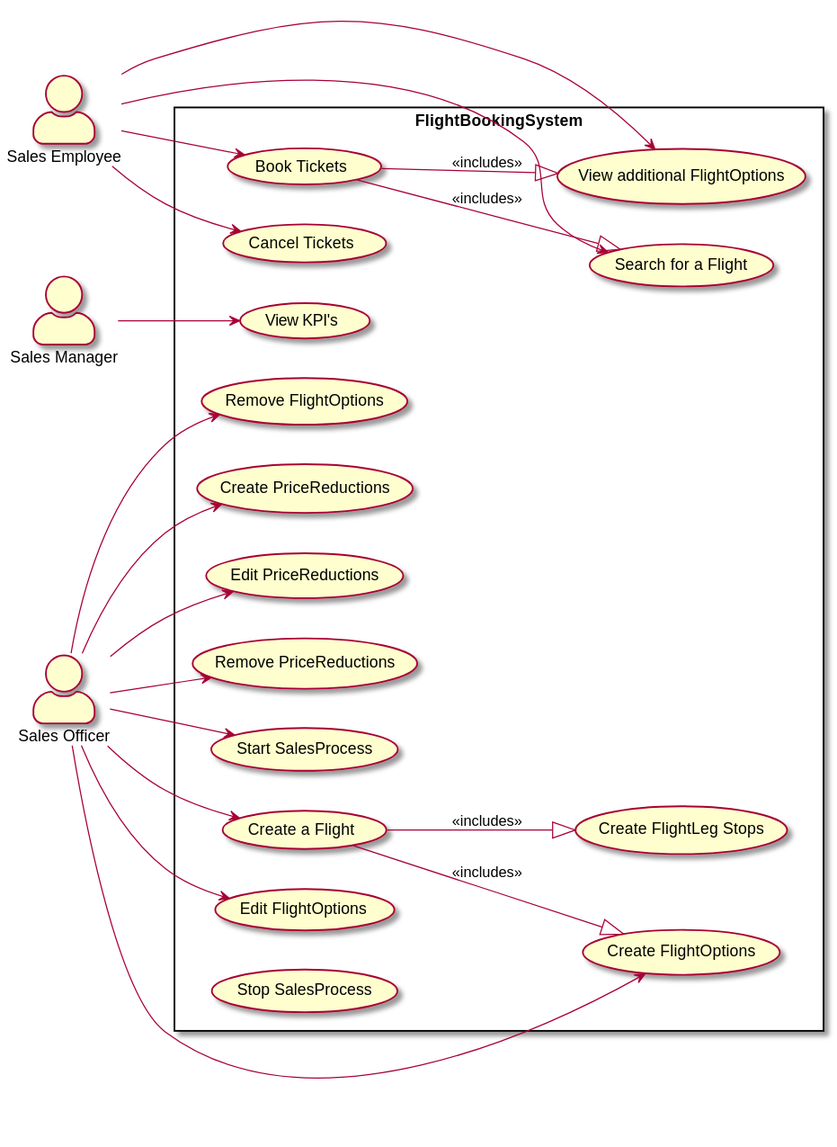
This is analysis/images/use_cases.svg from Niklas-Mezynski/fontys-prj2-2021-prj2-2021-02, a PlantUML export, as it was before one commit. Its source is kept beside it as analysis/use_cases.puml.
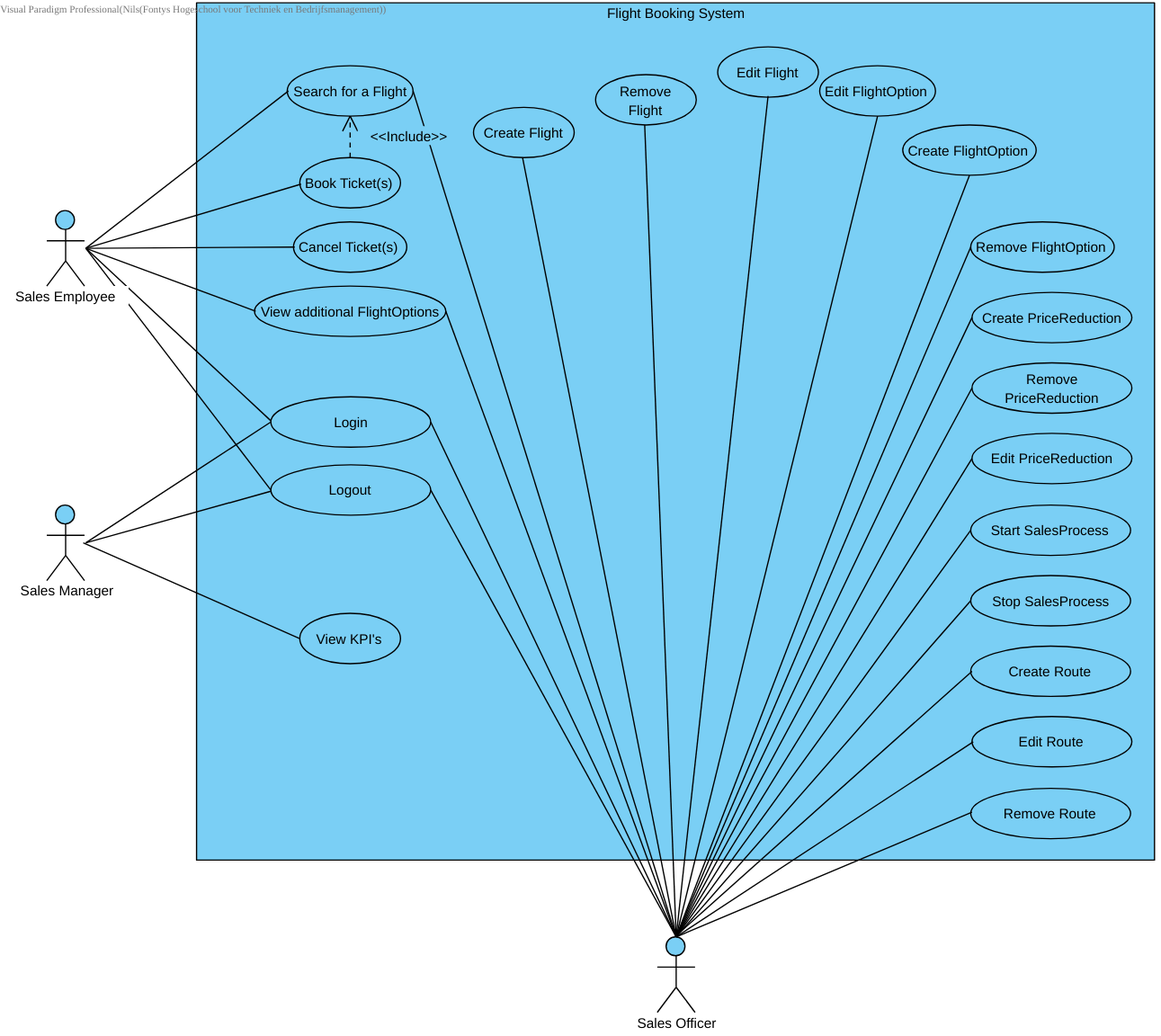
Above is the later version.

What changed in the source:
```diff
@@ -24,22 +24,18 @@
   usecase "Remove PriceReductions" as UC14
   usecase "Start SalesProcess" as UC8
   usecase "Stop SalesProcess" as UC15
-  usecase "Create FlightLeg Stops" as UC9
+  usecase "Create Route" as UC9
+  usecase "Edit Route" as UC18
+  usecase "Remove Route" as UC19
   usecase "Login" as UC16
   usecase "Logout" as UC17
 }
 
-UC2 --|> UC9: <<includes>>
-UC2 --|> UC5: <<includes>>
+UC2 --|> UC9: <<extends>>
+UC2 --|> UC5: <<extends>>
 
 UC3 --|> UC1: <<includes>>
 UC3 --|> UC4: <<includes>>
-
-UC11 --|>UC1: <<includes>>
-UC12 --|>UC1: <<includes>>
-UC13 --|>UC1: <<includes>>
-UC14 --|>UC1: <<includes>>
-UC7 --|>UC1: <<includes>>
 
 se --> UC1
 se --> UC3
@@ -59,6 +55,8 @@
 so --> UC15
 so --> UC16
 so --> UC17
+so --> UC18
+so --> UC19
 
 sm --> UC6
 sm --> UC16
```
